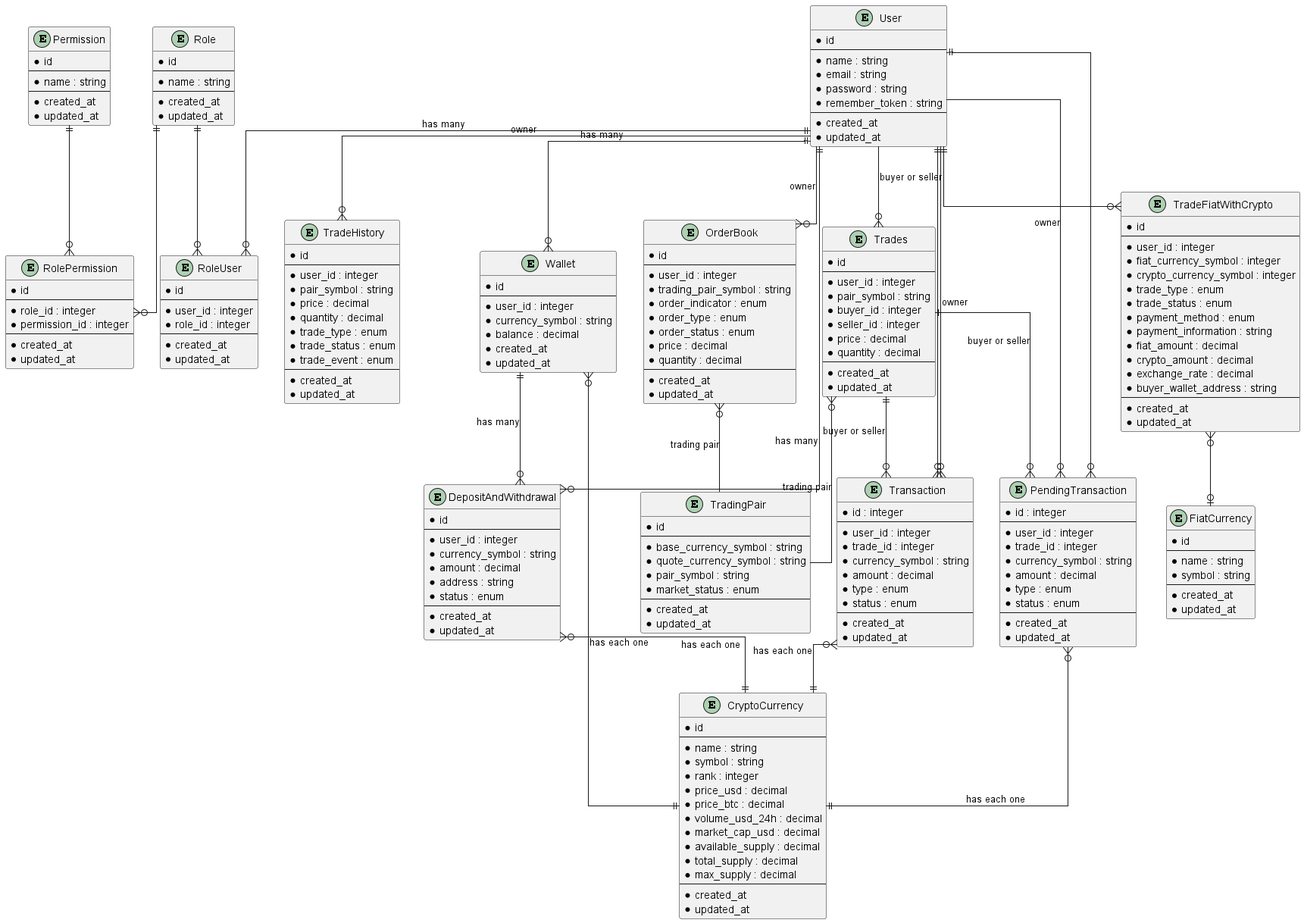
Earlier version of the PlantUML export design/diagrams/png/All.png (xemoe/xemoe-exchange-app).
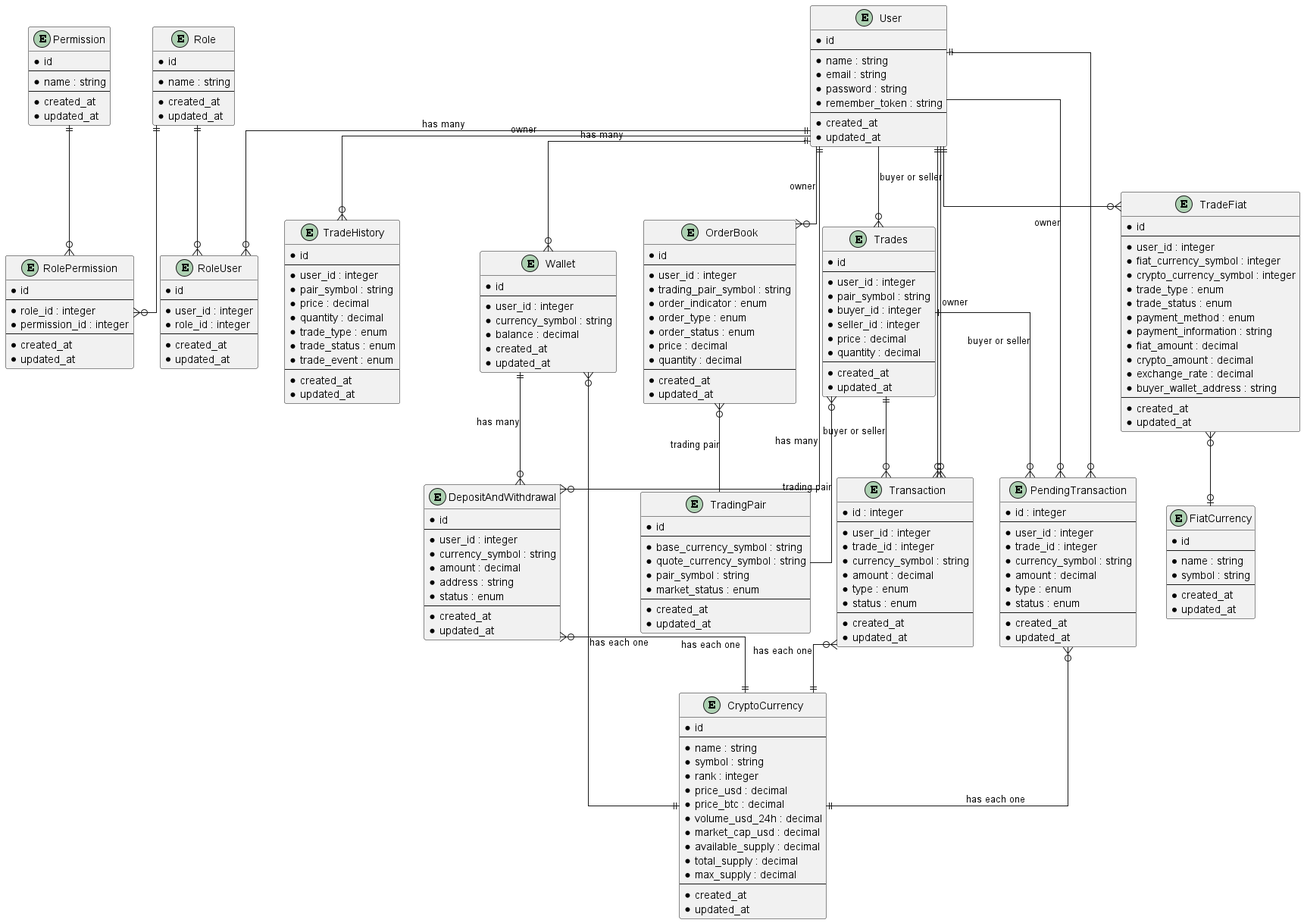
After the commit.

Commit message:
design: rename tradefiat diagram

Diff of the diagram source:
```diff
@@ -6,6 +6,6 @@
 !include Users_Wallet_DepositAndWithdrawal.puml
 !include Users_OrderBook.puml
 !include Users_Transaction.puml
-!include Users_TradeFiatWithCrypto.puml
+!include Users_TradeFiat.puml
 
 @enduml
```
